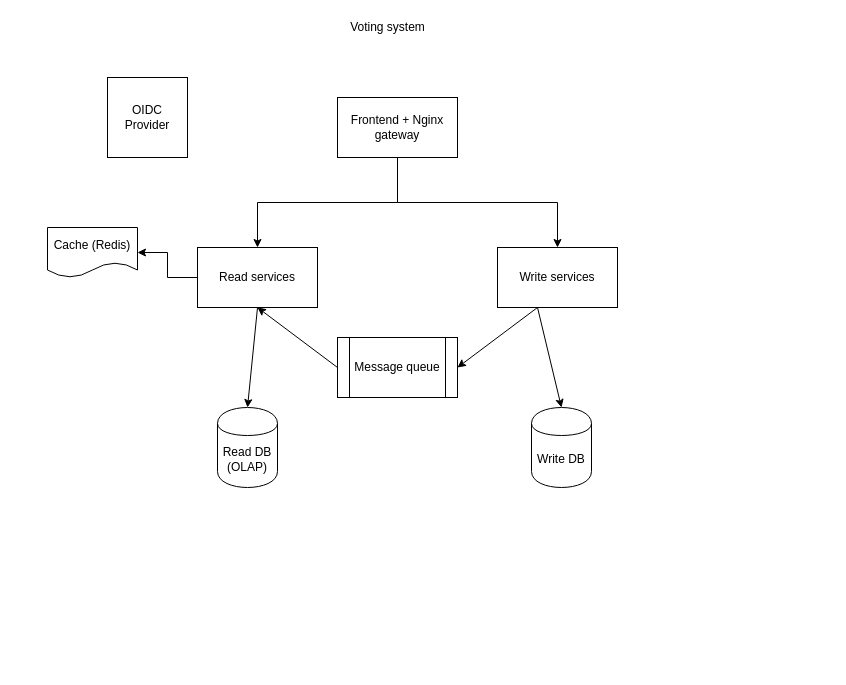
The draw.io diagram Event sourcing + CQRS.drawio in antFerdy/cqrs_doc, before the edit. Source tidied: cells renumbered, new cells numbered last; positions are measured from the earlier drawing's top-left corner, leaving out a move shared by most shapes. Both pictures are drawn from the tidied source at 100%, with x=0, y=0 at pixel (47, 17).
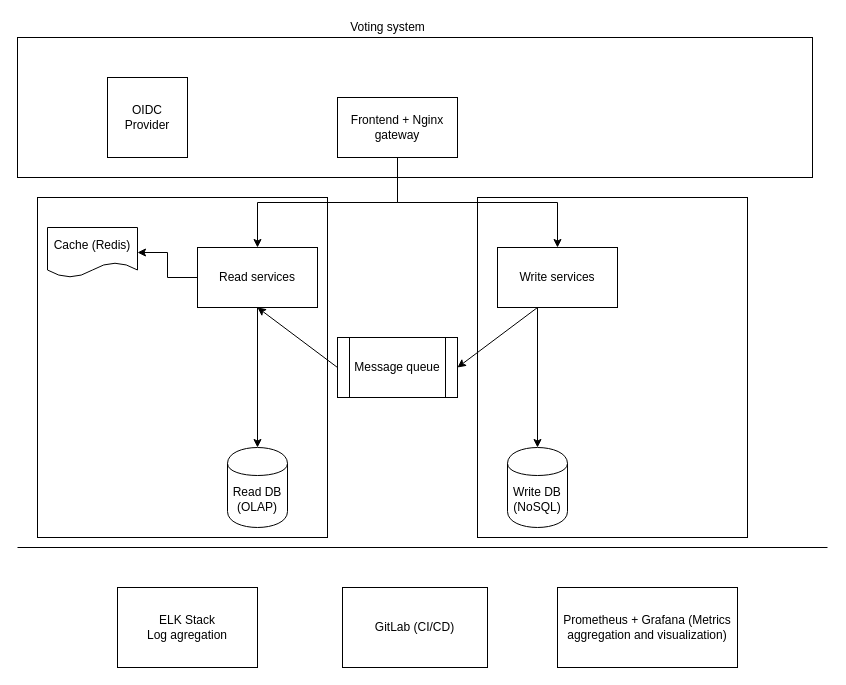
After the change.

Diff of the diagram source:
```diff
@@
-    <mxCell id="3" value="Write DB" style="shape=cylinder;whiteSpace=wrap;html=1;boundedLbl=1;backgroundOutline=1;" parent="1" vertex="1">
-      <mxGeometry x="484" y="390" width="60" height="80" as="geometry" />
+    <mxCell id="3" value="Write DB (NoSQL)" style="shape=cylinder;whiteSpace=wrap;html=1;boundedLbl=1;backgroundOutline=1;" parent="1" vertex="1">
+      <mxGeometry x="460" y="430" width="60" height="80" as="geometry" />
     </mxCell>
@@
     <mxCell id="8" value="Read DB (OLAP)" style="shape=cylinder;whiteSpace=wrap;html=1;boundedLbl=1;backgroundOutline=1;" parent="1" vertex="1">
-      <mxGeometry x="170" y="390" width="60" height="80" as="geometry" />
+      <mxGeometry x="180" y="430" width="60" height="80" as="geometry" />
     </mxCell>
@@
+    <mxCell id="18" style="endArrow=none;html=1;" parent="1" edge="1">
+      <mxGeometry relative="1" as="geometry">
+        <mxPoint x="-30" y="530" as="sourcePoint" />
+        <mxPoint x="780" y="530" as="targetPoint" />
+      </mxGeometry>
+    </mxCell>
+    <mxCell id="19" value="ELK Stack&lt;br&gt;Log agregation" style="rounded=0;whiteSpace=wrap;html=1;" parent="1" vertex="1">
+      <mxGeometry x="70" y="570" width="140" height="80" as="geometry" />
+    </mxCell>
+    <mxCell id="20" value="GitLab (CI/CD)" style="rounded=0;whiteSpace=wrap;html=1;" parent="1" vertex="1">
+      <mxGeometry x="295" y="570" width="145" height="80" as="geometry" />
+    </mxCell>
+    <mxCell id="21" value="Prometheus + Grafana (Metrics aggregation and visualization)" style="rounded=0;whiteSpace=wrap;html=1;" parent="1" vertex="1">
+      <mxGeometry x="510" y="570" width="180" height="80" as="geometry" />
+    </mxCell>
+    <mxCell id="22" style="rounded=0;whiteSpace=wrap;html=1;fillColor=none;" parent="1" vertex="1">
+      <mxGeometry x="-30" y="20" width="795" height="140" as="geometry" />
+    </mxCell>
+    <mxCell id="23" style="rounded=0;whiteSpace=wrap;html=1;fillColor=none;" parent="1" vertex="1">
+      <mxGeometry x="-10" y="180" width="290" height="340" as="geometry" />
+    </mxCell>
+    <mxCell id="24" style="rounded=0;whiteSpace=wrap;html=1;fillColor=none;" parent="1" vertex="1">
+      <mxGeometry x="430" y="180" width="270" height="340" as="geometry" />
+    </mxCell>
```
